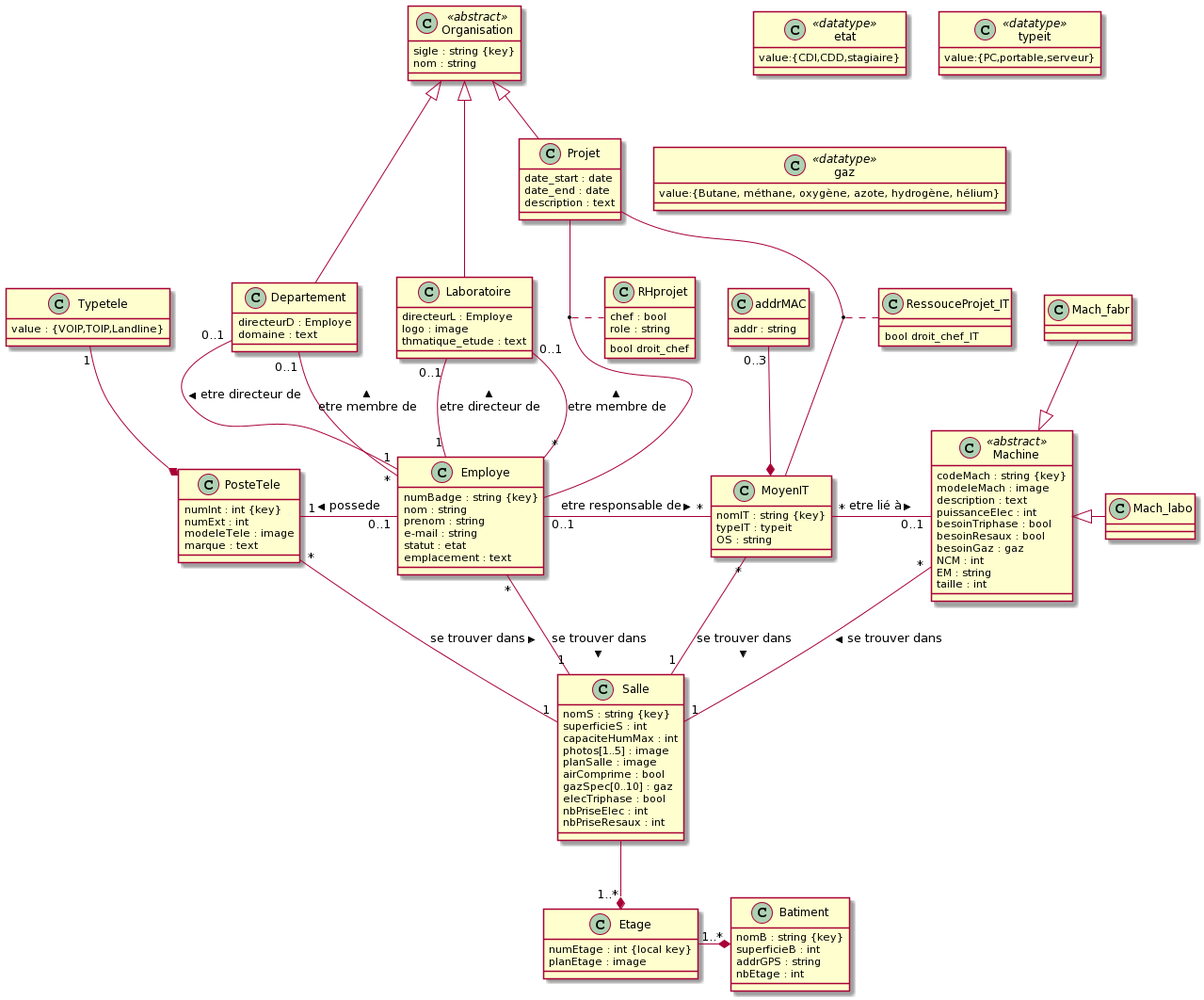
hanlinAumonde/nf17_projet_individuel keeps this PlantUML diagram as MCD/UML.png. Above is the earlier version.
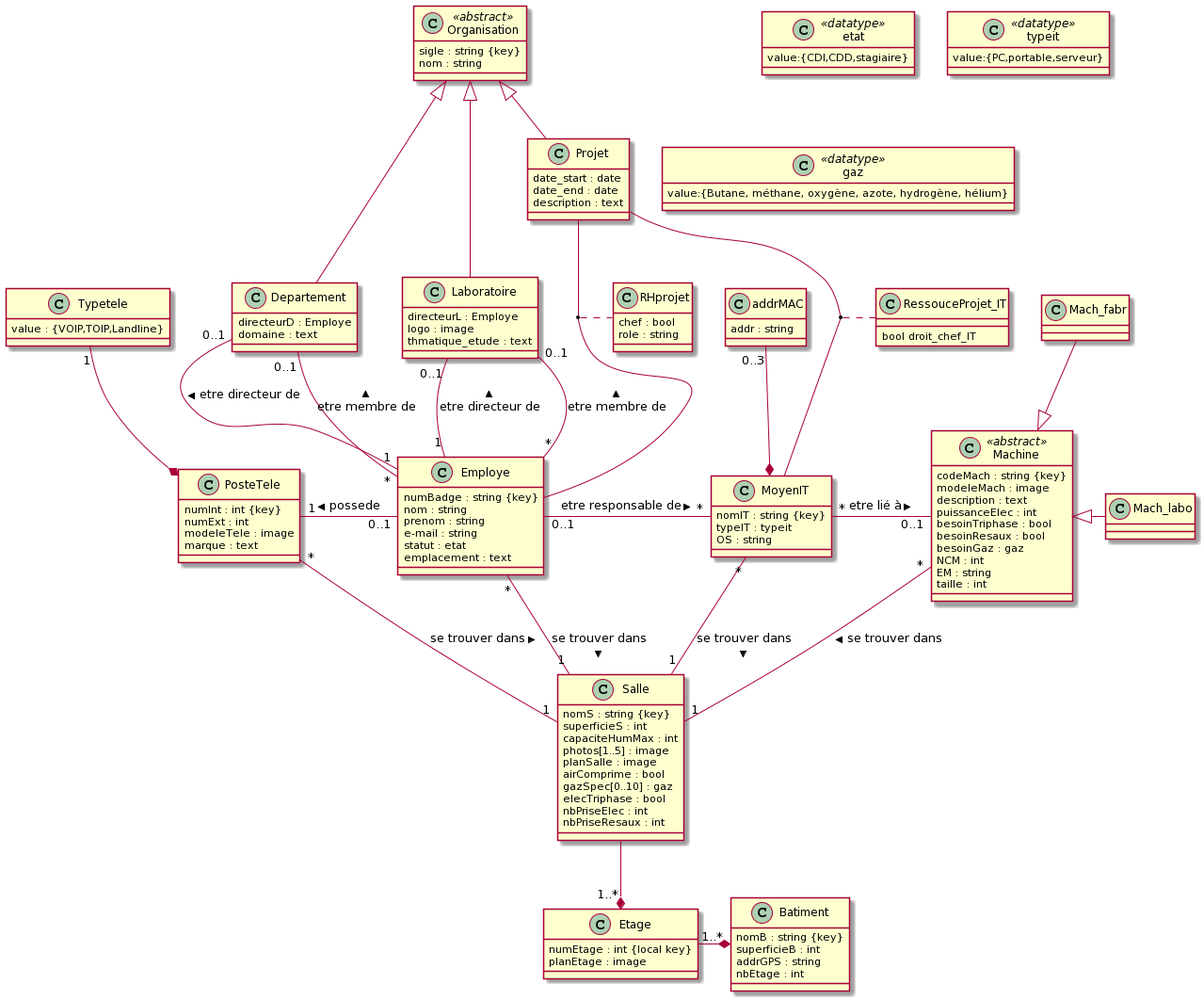
The same diagram one commit later.

The edit, as a diff of the source:
```diff
@@ -107,7 +107,6 @@
 class RHprojet{
   chef : bool
   role : string
-  {method} bool droit_chef
 }
 
 class RessouceProjet_IT{
```
